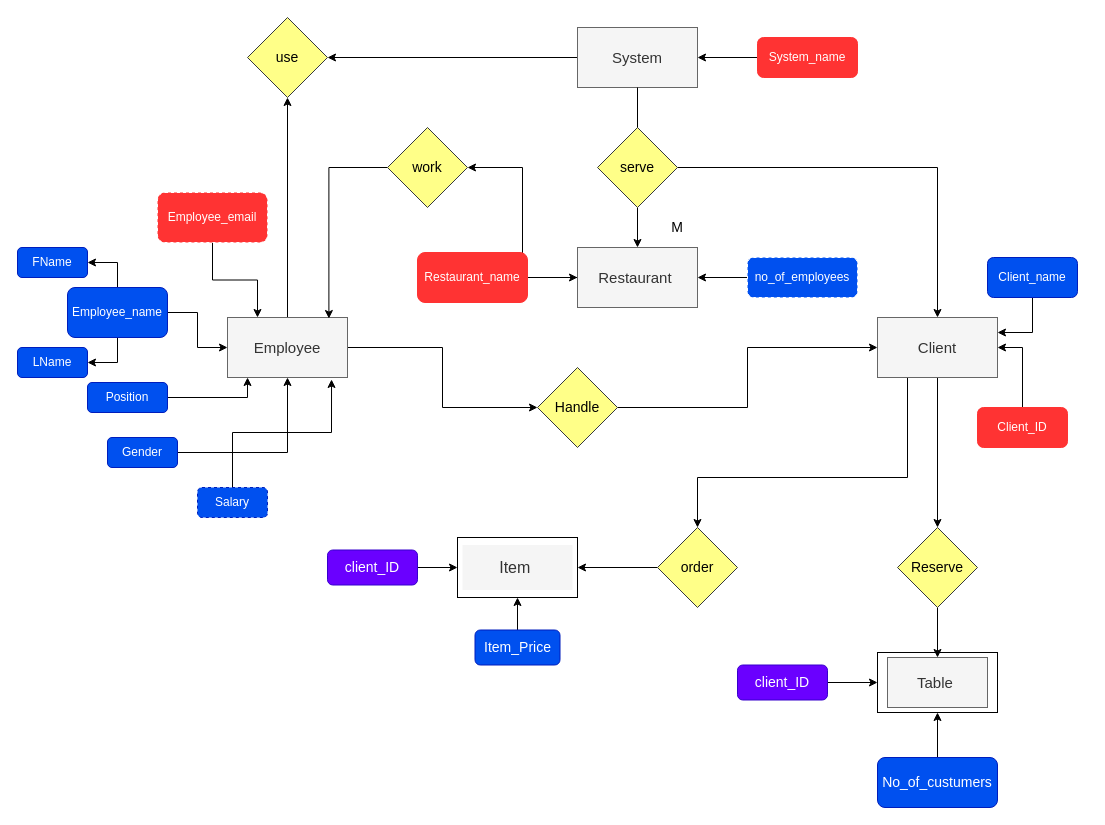
The draw.io diagram __pycache__/Untitled Diagram.drawio in Jumanahmedd/Jumana, before the edit. Source tidied: cells renumbered, new cells numbered last; positions are measured from the earlier drawing's top-left corner, leaving out a move shared by most shapes. Both pictures are drawn from the tidied source at 100%, with x=0, y=0 at pixel (17, 17).
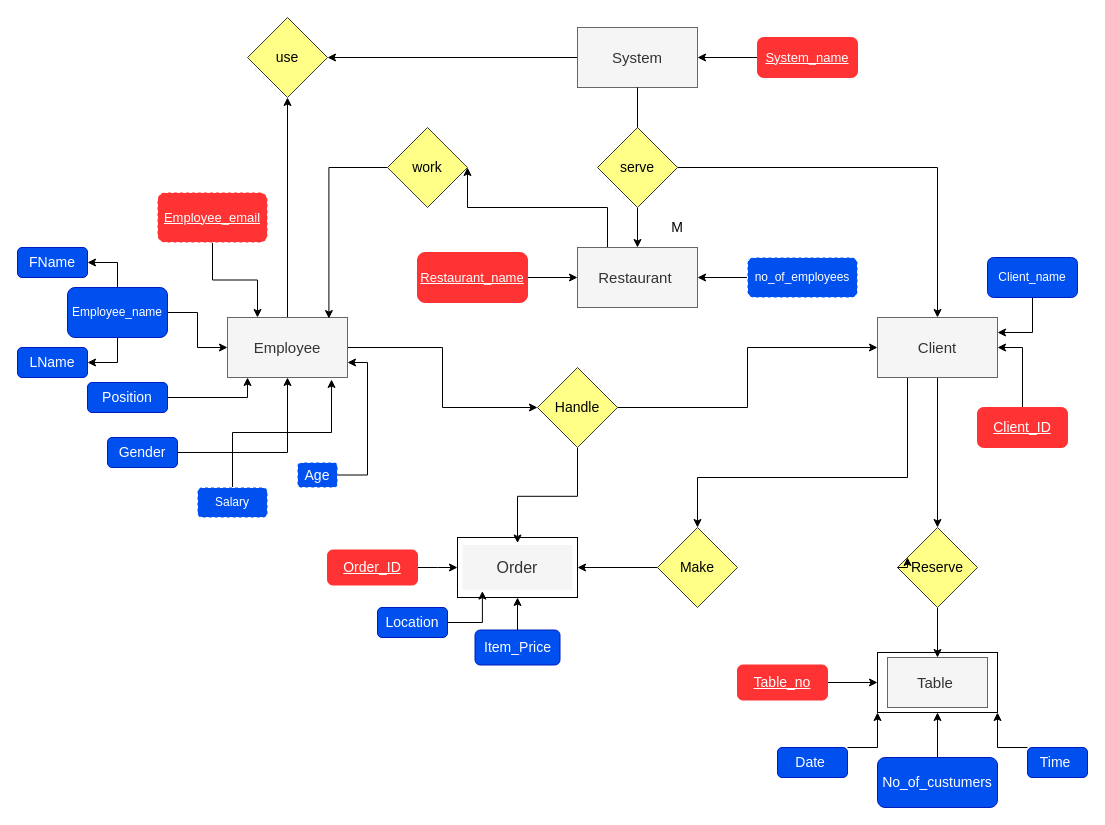
After the change.

Unchanged cells that the change refers to:
```xml
<mxCell id="3" value="&lt;font style=&quot;font-size: 15px&quot;&gt;Restaurant&amp;nbsp;&lt;/font&gt;" style="rounded=0;whiteSpace=wrap;html=1;fillColor=#f5f5f5;strokeColor=#666666;fontColor=#333333;fontSize=14;" parent="1" vertex="1">
  <mxGeometry x="560" y="230" width="120" height="60" as="geometry" />
</mxCell>
<mxCell id="6" value="&lt;font style=&quot;font-size: 15px&quot;&gt;Employee&lt;/font&gt;" style="rounded=0;whiteSpace=wrap;html=1;fillColor=#f5f5f5;strokeColor=#666666;fontColor=#333333;fontSize=14;" parent="1" vertex="1">
  <mxGeometry x="210" y="300" width="120" height="60" as="geometry" />
</mxCell>
<mxCell id="42" value="work" style="rhombus;whiteSpace=wrap;html=1;fontSize=14;strokeWidth=1;fillColor=#ffff88;strokeColor=#36393D;fontColor=#000000;" parent="1" vertex="1">
  <mxGeometry x="370" y="110" width="80" height="80" as="geometry" />
</mxCell>
<mxCell id="44" value="Handle" style="rhombus;whiteSpace=wrap;html=1;fontSize=14;strokeColor=#36393d;strokeWidth=1;fillColor=#ffff88;fontColor=#000000;" parent="1" vertex="1">
  <mxGeometry x="520" y="350" width="80" height="80" as="geometry" />
</mxCell>
<mxCell id="48" value="Reserve" style="rhombus;whiteSpace=wrap;html=1;fontSize=14;strokeColor=#36393d;strokeWidth=1;fillColor=#ffff88;fontColor=#000000;" parent="1" vertex="1">
  <mxGeometry x="880" y="510" width="80" height="80" as="geometry" />
</mxCell>
<mxCell id="53" style="rounded=0;whiteSpace=wrap;html=1;shadow=0;glass=0;sketch=0;fontSize=14;strokeWidth=1;fillColor=none;" parent="1" vertex="1">
  <mxGeometry x="860" y="635" width="120" height="60" as="geometry" />
</mxCell>
<mxCell id="59" value="Item_Price" style="rounded=1;whiteSpace=wrap;html=1;shadow=0;glass=0;sketch=0;fontSize=14;fontColor=#ffffff;strokeColor=#001DBC;strokeWidth=1;fillColor=#0050ef;" parent="1" vertex="1">
  <mxGeometry x="457.5" y="612.5" width="85" height="35" as="geometry" />
</mxCell>
```

Change to the diagram source:
```diff
@@
     <mxCell id="2" style="edgeStyle=orthogonalEdgeStyle;rounded=0;jettySize=auto;html=1;entryX=1;entryY=0.5;entryDx=0;entryDy=0;fontSize=14;fontColor=#FFFFFF;" parent="1" edge="1" source="3" target="42">
-      <mxGeometry relative="1" as="geometry" />
+      <mxGeometry relative="1" as="geometry">
+        <Array as="points">
+          <mxPoint x="590" y="190" />
+          <mxPoint x="450" y="190" />
+        </Array>
+      </mxGeometry>
     </mxCell>
@@
-    <mxCell id="18" value="System_name" style="rounded=1;whiteSpace=wrap;html=1;fontColor=#ffffff;strokeColor=#FF3333;fillColor=#FF3333;" parent="1" vertex="1">
+    <mxCell id="18" value="&lt;u&gt;&lt;font style=&quot;font-size: 13px&quot;&gt;System_name&lt;/font&gt;&lt;/u&gt;" style="rounded=1;whiteSpace=wrap;html=1;fontColor=#ffffff;strokeColor=#FF3333;fillColor=#FF3333;" parent="1" vertex="1">
       <mxGeometry x="740" y="20" width="100" height="40" as="geometry" />
     </mxCell>
@@
-    <mxCell id="20" value="Restaurant_name" style="rounded=1;whiteSpace=wrap;html=1;fillColor=#FF3333;fontColor=#FFFFFF;strokeWidth=1;strokeColor=#FF3333;" parent="1" vertex="1">
+    <mxCell id="20" value="&lt;u&gt;&lt;font style=&quot;font-size: 13px&quot;&gt;Restaurant_name&lt;/font&gt;&lt;/u&gt;" style="rounded=1;whiteSpace=wrap;html=1;fillColor=#FF3333;fontColor=#FFFFFF;strokeWidth=1;strokeColor=#FF3333;" parent="1" vertex="1">
       <mxGeometry x="400" y="235" width="110" height="50" as="geometry" />
     </mxCell>
@@
-    <mxCell id="28" value="Employee_email" style="rounded=1;whiteSpace=wrap;html=1;dashed=1;fontColor=#FFFFFF;strokeColor=#FFFFFF;strokeWidth=1;fillColor=#FF3333;" parent="1" vertex="1">
+    <mxCell id="28" value="&lt;u&gt;&lt;font style=&quot;font-size: 13px&quot;&gt;Employee_email&lt;/font&gt;&lt;/u&gt;" style="rounded=1;whiteSpace=wrap;html=1;dashed=1;fontColor=#FFFFFF;strokeColor=#FFFFFF;strokeWidth=1;fillColor=#FF3333;" parent="1" vertex="1">
       <mxGeometry x="140" y="175" width="110" height="50" as="geometry" />
     </mxCell>
@@
-    <mxCell id="30" value="Position" style="rounded=1;whiteSpace=wrap;html=1;fontColor=#ffffff;strokeColor=#001DBC;strokeWidth=1;fillColor=#0050ef;" parent="1" vertex="1">
+    <mxCell id="30" value="&lt;font style=&quot;font-size: 14px&quot;&gt;Position&lt;/font&gt;" style="rounded=1;whiteSpace=wrap;html=1;fontColor=#ffffff;strokeColor=#001DBC;strokeWidth=1;fillColor=#0050ef;" parent="1" vertex="1">
       <mxGeometry x="70" y="365" width="80" height="30" as="geometry" />
     </mxCell>
@@
-    <mxCell id="32" value="Gender" style="rounded=1;whiteSpace=wrap;html=1;fontColor=#ffffff;strokeColor=#001DBC;strokeWidth=1;fillColor=#0050ef;" parent="1" vertex="1">
+    <mxCell id="32" value="&lt;font style=&quot;font-size: 14px&quot;&gt;Gender&lt;/font&gt;" style="rounded=1;whiteSpace=wrap;html=1;fontColor=#ffffff;strokeColor=#001DBC;strokeWidth=1;fillColor=#0050ef;" parent="1" vertex="1">
       <mxGeometry x="90" y="420" width="70" height="30" as="geometry" />
     </mxCell>
@@
-    <mxCell id="34" value="Client_ID" style="rounded=1;whiteSpace=wrap;html=1;fontColor=#FFFFFF;strokeWidth=1;fillColor=#FF3333;strokeColor=#FF3333;" parent="1" vertex="1">
+    <mxCell id="34" value="&lt;u&gt;&lt;font style=&quot;font-size: 14px&quot;&gt;Client_ID&lt;/font&gt;&lt;/u&gt;" style="rounded=1;whiteSpace=wrap;html=1;fontColor=#FFFFFF;strokeWidth=1;fillColor=#FF3333;strokeColor=#FF3333;" parent="1" vertex="1">
       <mxGeometry x="960" y="390" width="90" height="40" as="geometry" />
     </mxCell>
@@
-    <mxCell id="36" value="Salary" style="rounded=1;whiteSpace=wrap;html=1;fontColor=#ffffff;strokeColor=#001DBC;strokeWidth=1;fillColor=#0050ef;dashed=1;" parent="1" vertex="1">
+    <mxCell id="36" value="Salary" style="rounded=1;whiteSpace=wrap;html=1;fontColor=#ffffff;strokeWidth=1;fillColor=#0050ef;dashed=1;strokeColor=#FFFFFF;" parent="1" vertex="1">
       <mxGeometry x="180" y="470" width="70" height="30" as="geometry" />
     </mxCell>
@@
+    <mxCell id="62" style="edgeStyle=orthogonalEdgeStyle;rounded=0;jettySize=auto;html=1;entryX=0.5;entryY=0;entryDx=0;entryDy=0;fontSize=14;fontColor=#000000;" parent="1" edge="1" source="44" target="49">
+      <mxGeometry relative="1" as="geometry" />
+    </mxCell>
@@
-    <mxCell id="45" value="FName" style="rounded=1;whiteSpace=wrap;html=1;fontSize=12;fontColor=#ffffff;strokeColor=#001DBC;strokeWidth=1;fillColor=#0050ef;" parent="1" vertex="1">
+    <mxCell id="45" value="&lt;font style=&quot;font-size: 14px&quot;&gt;FName&lt;/font&gt;" style="rounded=1;whiteSpace=wrap;html=1;fontSize=12;fontColor=#ffffff;strokeColor=#001DBC;strokeWidth=1;fillColor=#0050ef;" parent="1" vertex="1">
       <mxGeometry y="230" width="70" height="30" as="geometry" />
     </mxCell>
-    <mxCell id="46" value="LName" style="rounded=1;whiteSpace=wrap;html=1;fontSize=12;fontColor=#ffffff;strokeColor=#001DBC;strokeWidth=1;fillColor=#0050ef;" parent="1" vertex="1">
+    <mxCell id="46" value="&lt;font style=&quot;font-size: 14px&quot;&gt;LName&lt;/font&gt;" style="rounded=1;whiteSpace=wrap;html=1;fontSize=12;fontColor=#ffffff;strokeColor=#001DBC;strokeWidth=1;fillColor=#0050ef;" parent="1" vertex="1">
       <mxGeometry y="330" width="70" height="30" as="geometry" />
     </mxCell>
@@
-    <mxCell id="49" value="&lt;font style=&quot;font-size: 16px&quot;&gt;Item&amp;nbsp;&lt;/font&gt;" style="whiteSpace=wrap;html=1;rounded=0;fontSize=14;fontColor=#333333;fillColor=#f5f5f5;strokeColor=none;perimeterSpacing=2;shadow=0;sketch=0;glass=0;" parent="1" vertex="1">
+    <mxCell id="49" value="&lt;span style=&quot;font-size: 16px&quot;&gt;Order&lt;/span&gt;" style="whiteSpace=wrap;html=1;rounded=0;fontSize=14;fontColor=#333333;fillColor=#f5f5f5;strokeColor=none;perimeterSpacing=2;shadow=0;sketch=0;glass=0;" parent="1" vertex="1">
       <mxGeometry x="445" y="527.5" width="110" height="45" as="geometry" />
     </mxCell>
-    <mxCell id="50" style="rounded=0;whiteSpace=wrap;html=1;shadow=0;glass=0;sketch=0;fontSize=14;strokeWidth=1;fillColor=none;" parent="1" vertex="1">
-      <mxGeometry x="440" y="520" width="120" height="60" as="geometry" />
-    </mxCell>
-    <mxCell id="51" style="edgeStyle=orthogonalEdgeStyle;rounded=0;jettySize=auto;html=1;entryX=1;entryY=0.5;entryDx=0;entryDy=0;fontSize=14;fontColor=#000000;" parent="1" edge="1" source="52" target="50">
-      <mxGeometry relative="1" as="geometry" />
+    <mxCell id="51" style="edgeStyle=orthogonalEdgeStyle;rounded=0;jettySize=auto;html=1;entryX=1;entryY=0.5;entryDx=0;entryDy=0;fontSize=14;fontColor=#000000;" parent="1" edge="1" source="52">
+      <mxGeometry relative="1" as="geometry">
+        <mxPoint x="560" y="550" as="targetPoint" />
+      </mxGeometry>
     </mxCell>
-    <mxCell id="52" value="&lt;font color=&quot;#000000&quot;&gt;order&lt;/font&gt;" style="rhombus;whiteSpace=wrap;html=1;shadow=0;glass=0;sketch=0;fontSize=14;strokeColor=#36393d;strokeWidth=1;fillColor=#ffff88;" parent="1" vertex="1">
+    <mxCell id="52" value="&lt;font color=&quot;#000000&quot;&gt;Make&lt;/font&gt;" style="rhombus;whiteSpace=wrap;html=1;shadow=0;glass=0;sketch=0;fontSize=14;strokeColor=#36393d;strokeWidth=1;fillColor=#ffff88;" parent="1" vertex="1">
       <mxGeometry x="640" y="510" width="80" height="80" as="geometry" />
     </mxCell>
@@
-    <mxCell id="57" value="client_ID" style="rounded=1;whiteSpace=wrap;html=1;shadow=0;glass=0;sketch=0;fontSize=14;fontColor=#ffffff;strokeColor=#3700CC;strokeWidth=1;fillColor=#6a00ff;" parent="1" vertex="1">
+    <mxCell id="57" value="&lt;u&gt;Table_no&lt;/u&gt;" style="rounded=1;whiteSpace=wrap;html=1;shadow=0;glass=0;sketch=0;fontSize=14;fontColor=#ffffff;strokeWidth=1;fillColor=#FF3333;strokeColor=#FF3333;" parent="1" vertex="1">
       <mxGeometry x="720" y="647.5" width="90" height="35" as="geometry" />
     </mxCell>
-    <mxCell id="58" style="edgeStyle=orthogonalEdgeStyle;rounded=0;jettySize=auto;html=1;fontSize=14;fontColor=#000000;" parent="1" edge="1" source="59" target="50">
-      <mxGeometry relative="1" as="geometry" />
+    <mxCell id="58" style="edgeStyle=orthogonalEdgeStyle;rounded=0;jettySize=auto;html=1;fontSize=14;fontColor=#000000;" parent="1" edge="1" source="59">
+      <mxGeometry relative="1" as="geometry">
+        <mxPoint x="500" y="580" as="targetPoint" />
+      </mxGeometry>
     </mxCell>
@@
-    <mxCell id="60" style="edgeStyle=orthogonalEdgeStyle;rounded=0;jettySize=auto;html=1;entryX=0;entryY=0.5;entryDx=0;entryDy=0;fontSize=14;fontColor=#000000;" parent="1" edge="1" source="61" target="50">
-      <mxGeometry relative="1" as="geometry" />
+    <mxCell id="60" style="edgeStyle=orthogonalEdgeStyle;rounded=0;jettySize=auto;html=1;entryX=0;entryY=0.5;entryDx=0;entryDy=0;fontSize=14;fontColor=#000000;" parent="1" edge="1" source="61">
+      <mxGeometry relative="1" as="geometry">
+        <mxPoint x="440" y="550" as="targetPoint" />
+      </mxGeometry>
     </mxCell>
-    <mxCell id="61" value="client_ID" style="rounded=1;whiteSpace=wrap;html=1;shadow=0;glass=0;sketch=0;fontSize=14;fontColor=#ffffff;strokeColor=#3700CC;strokeWidth=1;fillColor=#6a00ff;" parent="1" vertex="1">
+    <mxCell id="61" value="&lt;u&gt;Order_ID&lt;/u&gt;" style="rounded=1;whiteSpace=wrap;html=1;shadow=0;glass=0;sketch=0;fontSize=14;fontColor=#ffffff;strokeWidth=1;fillColor=#FF3333;strokeColor=#FF3333;" parent="1" vertex="1">
       <mxGeometry x="310" y="532.5" width="90" height="35" as="geometry" />
     </mxCell>
+    <mxCell id="63" style="edgeStyle=orthogonalEdgeStyle;rounded=0;jettySize=auto;html=1;entryX=1;entryY=0.75;entryDx=0;entryDy=0;fontSize=14;fontColor=#000000;" parent="1" edge="1" source="64" target="6">
+      <mxGeometry relative="1" as="geometry">
+        <Array as="points">
+          <mxPoint x="350" y="458" />
+          <mxPoint x="350" y="345" />
+        </Array>
+      </mxGeometry>
+    </mxCell>
+    <mxCell id="64" value="Age" style="rounded=1;whiteSpace=wrap;html=1;shadow=0;glass=0;sketch=0;fontSize=14;fontColor=#ffffff;strokeWidth=1;fillColor=#0050ef;dashed=1;strokeColor=#FFFFFF;" parent="1" vertex="1">
+      <mxGeometry x="280" y="445" width="40" height="25" as="geometry" />
+    </mxCell>
+    <mxCell id="65" style="edgeStyle=orthogonalEdgeStyle;rounded=0;jettySize=auto;html=1;entryX=0;entryY=1;entryDx=0;entryDy=0;fontSize=14;fontColor=#000000;" parent="1" edge="1" source="66" target="53">
+      <mxGeometry relative="1" as="geometry">
+        <Array as="points">
+          <mxPoint x="860" y="730" />
+        </Array>
+      </mxGeometry>
+    </mxCell>
+    <mxCell id="66" value="Date&amp;nbsp;" style="rounded=1;whiteSpace=wrap;html=1;shadow=0;glass=0;sketch=0;fontSize=14;fontColor=#ffffff;strokeColor=#001DBC;strokeWidth=1;fillColor=#0050ef;" parent="1" vertex="1">
+      <mxGeometry x="760" y="730" width="70" height="30" as="geometry" />
+    </mxCell>
+    <mxCell id="67" style="edgeStyle=orthogonalEdgeStyle;rounded=0;jettySize=auto;html=1;entryX=1;entryY=1;entryDx=0;entryDy=0;fontSize=14;fontColor=#000000;" parent="1" edge="1" source="68" target="53">
+      <mxGeometry relative="1" as="geometry">
+        <Array as="points">
+          <mxPoint x="980" y="730" />
+        </Array>
+      </mxGeometry>
+    </mxCell>
+    <mxCell id="68" value="Time&amp;nbsp;" style="rounded=1;whiteSpace=wrap;html=1;shadow=0;glass=0;sketch=0;fontSize=14;fontColor=#ffffff;strokeColor=#001DBC;strokeWidth=1;fillColor=#0050ef;" parent="1" vertex="1">
+      <mxGeometry x="1010" y="730" width="60" height="30" as="geometry" />
+    </mxCell>
+    <mxCell id="69" style="edgeStyle=orthogonalEdgeStyle;rounded=0;jettySize=auto;html=1;entryX=0.192;entryY=0.981;entryDx=0;entryDy=0;entryPerimeter=0;fontSize=14;fontColor=#000000;" parent="1" edge="1" source="70" target="49">
+      <mxGeometry relative="1" as="geometry" />
+    </mxCell>
+    <mxCell id="70" value="Location" style="rounded=1;whiteSpace=wrap;html=1;shadow=0;glass=0;sketch=0;fontSize=14;fontColor=#ffffff;strokeColor=#001DBC;strokeWidth=1;fillColor=#0050ef;" parent="1" vertex="1">
+      <mxGeometry x="360" y="590" width="70" height="30" as="geometry" />
+    </mxCell>
+    <mxCell id="71" style="edgeStyle=orthogonalEdgeStyle;rounded=0;orthogonalLoop=1;jettySize=auto;html=1;exitX=0;exitY=0.5;exitDx=0;exitDy=0;entryX=0.125;entryY=0.375;entryDx=0;entryDy=0;entryPerimeter=0;fontSize=14;fontColor=#000000;" parent="1" edge="1" source="48" target="48">
+      <mxGeometry relative="1" as="geometry" />
+    </mxCell>
+    <mxCell id="50" style="rounded=0;whiteSpace=wrap;html=1;shadow=0;glass=0;sketch=0;fontSize=14;strokeWidth=1;fillColor=none;" parent="1" vertex="1">
+      <mxGeometry x="440" y="520" width="120" height="60" as="geometry" />
+    </mxCell>
```
